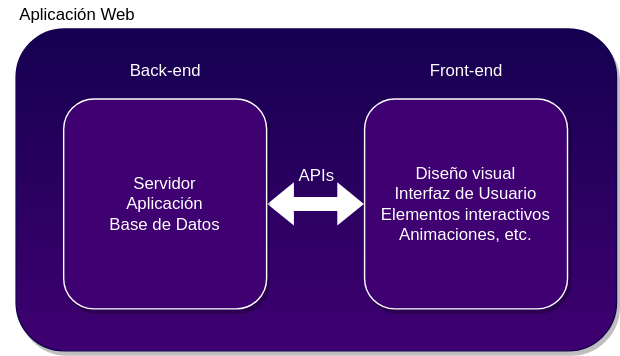
carlosvq1337/webdev-web-app keeps this draw.io diagram as src/webdev_diagram.svg. Above is the earlier version. Source tidied: cells renumbered, new cells last; positions are measured from the earlier drawing's top-left corner, leaving out a move shared by most shapes.
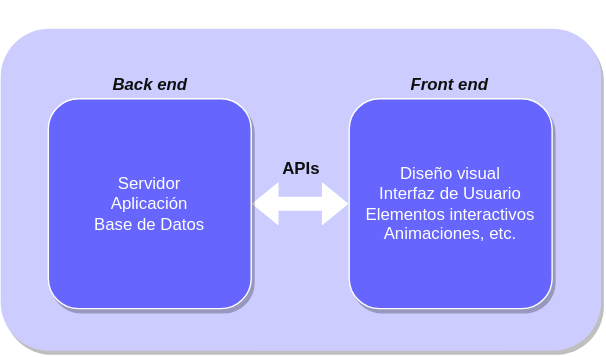
Later version of the same file.

Change to the diagram source:
```diff
@@ -2,29 +2,29 @@
   <root>
     <mxCell id="0" />
     <mxCell id="1" parent="0" />
-    <mxCell id="2" style="rounded=1;whiteSpace=wrap;html=1;shadow=1;glass=0;sketch=0;strokeColor=#150050;fillColor=#150050;gradientColor=#3F0071;" parent="1" vertex="1">
-      <mxGeometry x="11" y="20" width="429" height="230" as="geometry" />
+    <mxCell id="2" style="rounded=1;whiteSpace=wrap;html=1;shadow=1;glass=0;sketch=0;strokeColor=none;fillColor=#CCCCFF;" parent="1" vertex="1">
+      <mxGeometry x="801" y="40" width="429" height="230" as="geometry" />
     </mxCell>
-    <mxCell id="3" value="Aplicación Web" style="text;html=1;strokeColor=none;fillColor=none;align=center;verticalAlign=middle;whiteSpace=wrap;rounded=0;shadow=1;glass=0;sketch=0;" parent="1" vertex="1">
-      <mxGeometry width="110" height="20" as="geometry" />
+    <mxCell id="3" style="shape=flexArrow;endArrow=classic;startArrow=classic;html=1;strokeColor=none;exitX=1;exitY=0.5;exitDx=0;exitDy=0;entryX=0;entryY=0.5;entryDx=0;entryDy=0;fillColor=#FFFFFF;" parent="1" edge="1" source="6" target="7">
+      <mxGeometry relative="1" as="geometry" />
     </mxCell>
-    <mxCell id="4" style="shape=flexArrow;endArrow=classic;startArrow=classic;html=1;fillColor=#ffffff;strokeColor=none;exitX=1;exitY=0.5;exitDx=0;exitDy=0;entryX=0;entryY=0.5;entryDx=0;entryDy=0;" parent="1" edge="1" source="7" target="8">
-      <mxGeometry relative="1" as="geometry" />
+    <mxCell id="4" value="&lt;font color=&quot;#0f0f0f&quot;&gt;&lt;b&gt;&lt;i&gt;Back end&lt;/i&gt;&lt;/b&gt;&lt;/font&gt;" style="text;html=1;strokeColor=none;fillColor=none;align=center;verticalAlign=middle;whiteSpace=wrap;rounded=0;shadow=1;glass=0;sketch=0;" parent="1" vertex="1">
+      <mxGeometry x="827.5" y="70" width="160" height="20" as="geometry" />
     </mxCell>
-    <mxCell id="5" value="&lt;font color=&quot;#ffffff&quot;&gt;Back-end&lt;/font&gt;" style="text;html=1;strokeColor=none;fillColor=none;align=center;verticalAlign=middle;whiteSpace=wrap;rounded=0;shadow=1;glass=0;sketch=0;" parent="1" vertex="1">
-      <mxGeometry x="37.5" y="40" width="160" height="20" as="geometry" />
+    <mxCell id="5" value="&lt;font color=&quot;#0f0f0f&quot;&gt;&lt;b&gt;&lt;i&gt;Front end&lt;/i&gt;&lt;/b&gt;&lt;/font&gt;" style="text;html=1;strokeColor=none;fillColor=none;align=center;verticalAlign=middle;whiteSpace=wrap;rounded=0;shadow=1;glass=0;sketch=0;" parent="1" vertex="1">
+      <mxGeometry x="1042.5" y="70" width="160" height="20" as="geometry" />
     </mxCell>
-    <mxCell id="6" value="&lt;font color=&quot;#ffffff&quot;&gt;Front-end&lt;/font&gt;" style="text;html=1;strokeColor=none;fillColor=none;align=center;verticalAlign=middle;whiteSpace=wrap;rounded=0;shadow=1;glass=0;sketch=0;" parent="1" vertex="1">
-      <mxGeometry x="252.5" y="40" width="160" height="20" as="geometry" />
+    <mxCell id="6" value="&lt;font color=&quot;#ffffff&quot;&gt;Servidor&lt;br&gt;Aplicación&lt;br&gt;Base de Datos&lt;br&gt;&lt;/font&gt;" style="rounded=1;whiteSpace=wrap;html=1;shadow=1;glass=0;sketch=0;strokeColor=#ffff;fillColor=#6666FF;" parent="1" vertex="1">
+      <mxGeometry x="835" y="90" width="145" height="150" as="geometry" />
     </mxCell>
-    <mxCell id="7" value="&lt;font color=&quot;#ffffff&quot;&gt;Servidor&lt;br&gt;Aplicación&lt;br&gt;Base de Datos&lt;br&gt;&lt;/font&gt;" style="rounded=1;whiteSpace=wrap;html=1;shadow=1;glass=0;sketch=0;fillColor=#3F0071;strokeColor=#ffff;" parent="1" vertex="1">
-      <mxGeometry x="45" y="70" width="145" height="150" as="geometry" />
+    <mxCell id="7" value="&lt;font color=&quot;#ffffff&quot;&gt;Diseño visual&lt;br&gt;Interfaz de Usuario&lt;br&gt;Elementos interactivos&lt;br&gt;Animaciones, etc.&lt;br&gt;&lt;/font&gt;" style="rounded=1;whiteSpace=wrap;html=1;shadow=1;glass=0;sketch=0;strokeColor=#ffff;fillColor=#6666FF;" parent="1" vertex="1">
+      <mxGeometry x="1050" y="90" width="145" height="150" as="geometry" />
     </mxCell>
-    <mxCell id="8" value="&lt;font color=&quot;#ffffff&quot;&gt;Diseño visual&lt;br&gt;Interfaz de Usuario&lt;br&gt;Elementos interactivos&lt;br&gt;Animaciones, etc.&lt;br&gt;&lt;/font&gt;" style="rounded=1;whiteSpace=wrap;html=1;shadow=1;glass=0;sketch=0;fillColor=#3F0071;strokeColor=#ffff;" parent="1" vertex="1">
-      <mxGeometry x="260" y="70" width="145" height="150" as="geometry" />
+    <mxCell id="8" value="&lt;b&gt;&lt;font color=&quot;#0f0f0f&quot;&gt;APIs&lt;/font&gt;&lt;/b&gt;" style="text;html=1;strokeColor=none;fillColor=none;align=center;verticalAlign=middle;whiteSpace=wrap;rounded=0;shadow=1;glass=0;sketch=0;" parent="1" vertex="1">
+      <mxGeometry x="935.5" y="130" width="160" height="20" as="geometry" />
     </mxCell>
-    <mxCell id="9" value="&lt;font color=&quot;#ffffff&quot;&gt;APIs&lt;/font&gt;" style="text;html=1;strokeColor=none;fillColor=none;align=center;verticalAlign=middle;whiteSpace=wrap;rounded=0;shadow=1;glass=0;sketch=0;" parent="1" vertex="1">
-      <mxGeometry x="145.5" y="115" width="160" height="20" as="geometry" />
+    <mxCell id="9" value="&lt;b&gt;&lt;font color=&quot;#ffffff&quot;&gt;Aplicación&lt;/font&gt;&lt;/b&gt;" style="text;html=1;strokeColor=none;align=center;verticalAlign=middle;whiteSpace=wrap;rounded=0;shadow=1;glass=0;sketch=0;" parent="1" vertex="1">
+      <mxGeometry x="935.5" y="20" width="160" height="20" as="geometry" />
     </mxCell>
   </root>
 </mxGraphModel>
```
